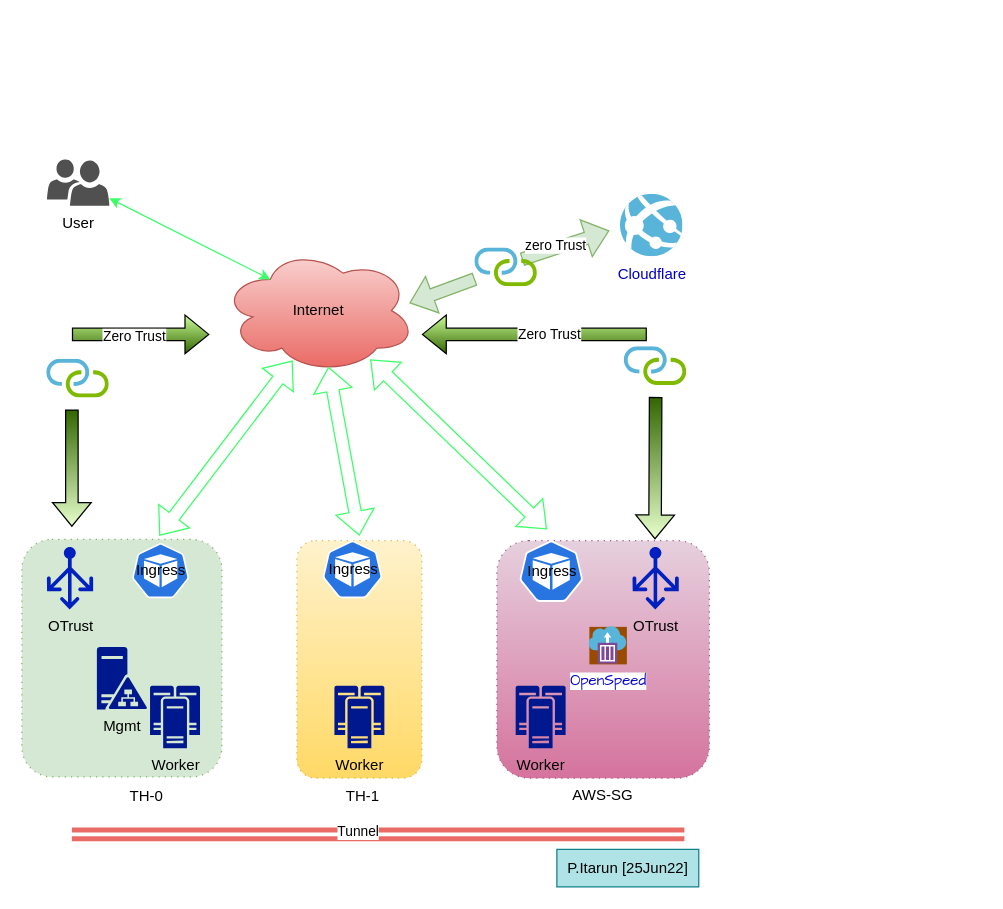
Earlier version of the draw.io diagram page "Page-3" (3 of 3) of swarm_ops_revProxy.drawio (pitimon/Swarm_Ops). Source tidied: cells renumbered, new cells numbered last; positions are measured from the earlier drawing's top-left corner, leaving out a move shared by most shapes. Both pictures are drawn from the tidied source at 125%, with x=0, y=0 at pixel (21, 159).
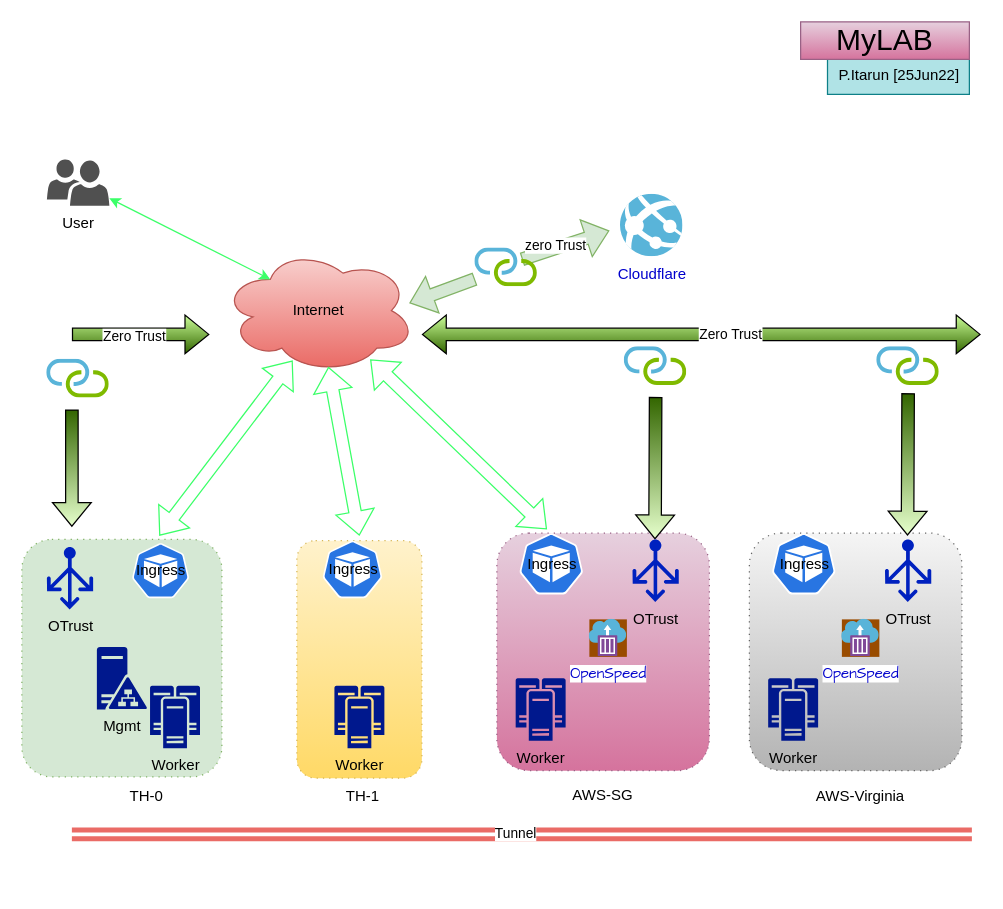
The same diagram, later.

The edit, as a diff of the source:
```diff
@@
     <mxCell id="11" style="rounded=1;whiteSpace=wrap;html=1;dashed=1;dashPattern=1 4;strokeColor=#996185;fillColor=#e6d0de;gradientColor=#d5739d;" parent="1" vertex="1">
-      <mxGeometry x="380" y="305" width="170" height="190" as="geometry" />
+      <mxGeometry x="380" y="299" width="170" height="190" as="geometry" />
     </mxCell>
     <mxCell id="12" value="Worker" style="sketch=0;shadow=0;dashed=0;html=1;strokeColor=none;labelPosition=center;verticalLabelPosition=bottom;verticalAlign=top;align=center;fillColor=#00188D;shape=mxgraph.mscae.enterprise.cluster_server;dashPattern=1 4;" parent="1" vertex="1">
-      <mxGeometry x="395" y="421" width="40" height="50" as="geometry" />
+      <mxGeometry x="395" y="415" width="40" height="50" as="geometry" />
     </mxCell>
@@
     <mxCell id="14" value="Ingress" style="sketch=0;html=1;dashed=0;whitespace=wrap;fillColor=#2875E2;strokeColor=#ffffff;shape=mxgraph.kubernetes.icon;prIcon=pod;" parent="1" vertex="1">
-      <mxGeometry x="395" y="305" width="57" height="49" as="geometry" />
+      <mxGeometry x="395" y="299" width="57" height="49" as="geometry" />
     </mxCell>
@@
-    <mxCell id="16" style="shape=flexArrow;endArrow=classic;startArrow=none;html=1;rounded=0;fillColor=#CCFF99;gradientColor=#336600;" parent="1" edge="1">
+    <mxCell id="16" style="shape=flexArrow;endArrow=classic;startArrow=block;html=1;rounded=0;fillColor=#CCFF99;gradientColor=#336600;" parent="1" edge="1">
       <mxGeometry relative="1" as="geometry">
-        <mxPoint x="500" y="140" as="sourcePoint" />
+        <mxPoint x="767" y="140" as="sourcePoint" />
         <mxPoint x="320" y="140" as="targetPoint" />
       </mxGeometry>
     </mxCell>
     <mxCell id="17" value="Zero Trust" style="edgeLabel;html=1;align=center;verticalAlign=middle;" parent="16" vertex="1">
       <mxGeometry x="0.28" y="-1" relative="1" as="geometry">
-        <mxPoint x="36" as="offset" />
+        <mxPoint x="85" as="offset" />
       </mxGeometry>
     </mxCell>
@@
     <mxCell id="25" value="OpenSpeed" style="sketch=0;html=1;align=center;image;fontSize=12;image=img/lib/mscae/Container_Instances.svg;dashed=1;dashPattern=1 2;fontFamily=Comic Sans MS;fontColor=#0000CC;gradientColor=#ffffff;gradientDirection=north;imageBackground=#994C00;" parent="1" vertex="1">
-      <mxGeometry x="454" y="374" width="30" height="30" as="geometry" />
+      <mxGeometry x="454" y="368" width="30" height="30" as="geometry" />
     </mxCell>
@@
     <mxCell id="30" style="shape=link;endArrow=classic;startArrow=classic;html=1;rounded=0;strokeWidth=4;strokeColor=#EA6B66;" parent="1" edge="1">
       <mxGeometry relative="1" as="geometry">
         <mxPoint x="40" y="540" as="sourcePoint" />
-        <mxPoint x="530" y="540" as="targetPoint" />
+        <mxPoint x="760" y="540" as="targetPoint" />
         <Array as="points">
           <mxPoint x="270" y="540" />
           <mxPoint x="335" y="540" />
           <mxPoint x="402" y="540" />
         </Array>
       </mxGeometry>
     </mxCell>
     <mxCell id="31" value="Tunnel" style="edgeLabel;html=1;align=center;verticalAlign=middle;" parent="30" vertex="1">
       <mxGeometry x="0.24" y="-4" relative="1" as="geometry">
-        <mxPoint x="-76" y="-7" as="offset" />
+        <mxPoint x="-92" y="-6" as="offset" />
       </mxGeometry>
     </mxCell>
@@
     <mxCell id="37" value="OTrust" style="sketch=0;shadow=0;dashed=0;html=1;strokeColor=none;labelPosition=center;verticalLabelPosition=bottom;verticalAlign=top;align=center;fillColor=#0021BF;shape=mxgraph.azure.load_balancer_generic;" parent="1" vertex="1">
-      <mxGeometry x="488.5" y="310" width="37" height="50" as="geometry" />
+      <mxGeometry x="488.5" y="304" width="37" height="50" as="geometry" />
     </mxCell>
@@
     <mxCell id="39" value="P.Itarun [25Jun22]" style="text;html=1;fillColor=#b0e3e6;align=center;verticalAlign=middle;whiteSpace=wrap;rounded=0;strokeColor=#0e8088;" parent="1" vertex="1">
-      <mxGeometry x="428" y="552" width="113.5" height="30" as="geometry" />
+      <mxGeometry x="644.5" y="-82" width="113.5" height="30" as="geometry" />
     </mxCell>
+    <mxCell id="40" style="rounded=1;whiteSpace=wrap;html=1;dashed=1;dashPattern=1 4;strokeColor=#666666;fillColor=#f5f5f5;gradientColor=#b3b3b3;" parent="1" vertex="1">
+      <mxGeometry x="582" y="299" width="170" height="190" as="geometry" />
+    </mxCell>
+    <mxCell id="41" value="Worker" style="sketch=0;shadow=0;dashed=0;html=1;strokeColor=none;labelPosition=center;verticalLabelPosition=bottom;verticalAlign=top;align=center;fillColor=#00188D;shape=mxgraph.mscae.enterprise.cluster_server;dashPattern=1 4;" parent="1" vertex="1">
+      <mxGeometry x="597" y="415" width="40" height="50" as="geometry" />
+    </mxCell>
+    <mxCell id="42" value="Ingress" style="sketch=0;html=1;dashed=0;whitespace=wrap;fillColor=#2875E2;strokeColor=#ffffff;shape=mxgraph.kubernetes.icon;prIcon=pod;" parent="1" vertex="1">
+      <mxGeometry x="597" y="299" width="57" height="49" as="geometry" />
+    </mxCell>
+    <mxCell id="43" value="OpenSpeed" style="sketch=0;html=1;align=center;image;fontSize=12;image=img/lib/mscae/Container_Instances.svg;dashed=1;dashPattern=1 2;fontFamily=Comic Sans MS;fontColor=#0000CC;gradientColor=#ffffff;gradientDirection=north;imageBackground=#994C00;" parent="1" vertex="1">
+      <mxGeometry x="656" y="368" width="30" height="30" as="geometry" />
+    </mxCell>
+    <mxCell id="44" value="OTrust" style="sketch=0;shadow=0;dashed=0;html=1;strokeColor=none;labelPosition=center;verticalLabelPosition=bottom;verticalAlign=top;align=center;fillColor=#0021BF;shape=mxgraph.azure.load_balancer_generic;" parent="1" vertex="1">
+      <mxGeometry x="690.5" y="304" width="37" height="50" as="geometry" />
+    </mxCell>
+    <mxCell id="45" value="AWS-Virginia" style="text;html=1;strokeColor=none;fillColor=none;align=center;verticalAlign=middle;whiteSpace=wrap;rounded=0;" parent="1" vertex="1">
+      <mxGeometry x="628" y="495" width="86" height="30" as="geometry" />
+    </mxCell>
+    <mxCell id="46" style="shape=flexArrow;endArrow=none;startArrow=classic;html=1;rounded=0;fillColor=#336600;gradientColor=#E6FFCC;" parent="1" edge="1">
+      <mxGeometry relative="1" as="geometry">
+        <mxPoint x="708.5" y="301" as="sourcePoint" />
+        <mxPoint x="709" y="187" as="targetPoint" />
+      </mxGeometry>
+    </mxCell>
+    <mxCell id="47" style="sketch=0;html=1;align=center;image;fontSize=12;image=img/lib/mscae/Connection.svg;fontColor=#0000CC;" parent="1" vertex="1">
+      <mxGeometry x="684" y="150" width="50" height="31" as="geometry" />
+    </mxCell>
+    <mxCell id="48" value="MyLAB" style="text;html=1;strokeColor=#996185;fillColor=#e6d0de;align=center;verticalAlign=middle;whiteSpace=wrap;rounded=0;gradientColor=#d5739d;fontSize=24;" parent="1" vertex="1">
+      <mxGeometry x="623" y="-110" width="135" height="30" as="geometry" />
+    </mxCell>
```
